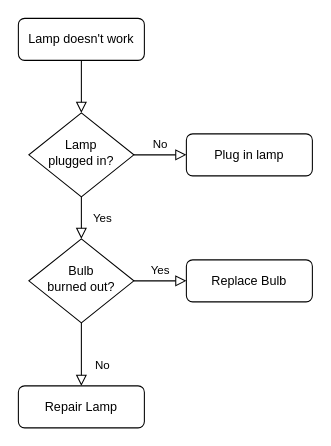
Earlier version of the draw.io diagram weedar-flowchart.drawio (googleeer/weedar). Source tidied: cells renumbered, new cells numbered last; positions are measured from the earlier drawing's top-left corner, leaving out a move shared by most shapes. Both pictures are drawn from the tidied source at 105%, with x=0, y=0 at pixel (18, 18).
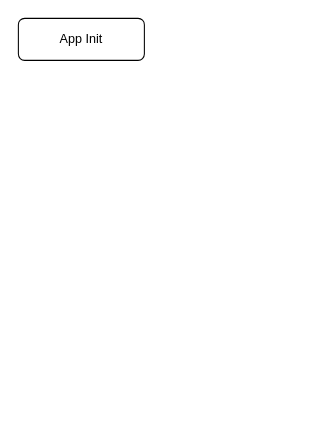
The same page after the edit.

Change to the diagram source:
```diff
@@
 <mxGraphModel>
   <root>
     <mxCell id="0" />
     <mxCell id="1" parent="0" />
-    <mxCell id="2" style="rounded=0;html=1;jettySize=auto;fontSize=11;endArrow=block;endFill=0;endSize=8;strokeWidth=1;shadow=0;labelBackgroundColor=none;edgeStyle=orthogonalEdgeStyle;" parent="1" edge="1" source="3" target="6">
-      <mxGeometry relative="1" as="geometry" />
-    </mxCell>
-    <mxCell id="3" value="Lamp doesn't work" style="rounded=1;whiteSpace=wrap;html=1;fontSize=12;glass=0;strokeWidth=1;shadow=0;" parent="1" vertex="1">
+    <mxCell id="3" value="App Init" style="rounded=1;whiteSpace=wrap;html=1;fontSize=12;glass=0;strokeWidth=1;shadow=0;" parent="1" vertex="1">
       <mxGeometry width="120" height="40" as="geometry" />
     </mxCell>
-    <mxCell id="4" value="Yes" style="rounded=0;html=1;jettySize=auto;fontSize=11;endArrow=block;endFill=0;endSize=8;strokeWidth=1;shadow=0;labelBackgroundColor=none;edgeStyle=orthogonalEdgeStyle;" parent="1" edge="1" source="6" target="10">
-      <mxGeometry y="20" relative="1" as="geometry" />
-    </mxCell>
-    <mxCell id="5" value="No" style="edgeStyle=orthogonalEdgeStyle;rounded=0;html=1;jettySize=auto;fontSize=11;endArrow=block;endFill=0;endSize=8;strokeWidth=1;shadow=0;labelBackgroundColor=none;" parent="1" edge="1" source="6" target="7">
-      <mxGeometry y="10" relative="1" as="geometry" />
-    </mxCell>
-    <mxCell id="6" value="Lamp&lt;br&gt;plugged in?" style="rhombus;whiteSpace=wrap;html=1;shadow=0;fontFamily=Helvetica;fontSize=12;align=center;strokeWidth=1;spacing=6;spacingTop=-4;" parent="1" vertex="1">
-      <mxGeometry x="10" y="90" width="100" height="80" as="geometry" />
-    </mxCell>
-    <mxCell id="7" value="Plug in lamp" style="rounded=1;whiteSpace=wrap;html=1;fontSize=12;glass=0;strokeWidth=1;shadow=0;" parent="1" vertex="1">
-      <mxGeometry x="160" y="110" width="120" height="40" as="geometry" />
-    </mxCell>
-    <mxCell id="8" value="No" style="rounded=0;html=1;jettySize=auto;fontSize=11;endArrow=block;endFill=0;endSize=8;strokeWidth=1;shadow=0;labelBackgroundColor=none;edgeStyle=orthogonalEdgeStyle;" parent="1" edge="1" source="10" target="11">
-      <mxGeometry x="0.33" y="20" relative="1" as="geometry" />
-    </mxCell>
-    <mxCell id="9" value="Yes" style="edgeStyle=orthogonalEdgeStyle;rounded=0;html=1;jettySize=auto;fontSize=11;endArrow=block;endFill=0;endSize=8;strokeWidth=1;shadow=0;labelBackgroundColor=none;" parent="1" edge="1" source="10" target="12">
-      <mxGeometry y="10" relative="1" as="geometry" />
-    </mxCell>
-    <mxCell id="10" value="Bulb&lt;br&gt;burned out?" style="rhombus;whiteSpace=wrap;html=1;shadow=0;fontFamily=Helvetica;fontSize=12;align=center;strokeWidth=1;spacing=6;spacingTop=-4;" parent="1" vertex="1">
-      <mxGeometry x="10" y="210" width="100" height="80" as="geometry" />
-    </mxCell>
-    <mxCell id="11" value="Repair Lamp" style="rounded=1;whiteSpace=wrap;html=1;fontSize=12;glass=0;strokeWidth=1;shadow=0;" parent="1" vertex="1">
-      <mxGeometry y="350" width="120" height="40" as="geometry" />
-    </mxCell>
-    <mxCell id="12" value="Replace Bulb" style="rounded=1;whiteSpace=wrap;html=1;fontSize=12;glass=0;strokeWidth=1;shadow=0;" parent="1" vertex="1">
-      <mxGeometry x="160" y="230" width="120" height="40" as="geometry" />
-    </mxCell>
   </root>
 </mxGraphModel>
```
